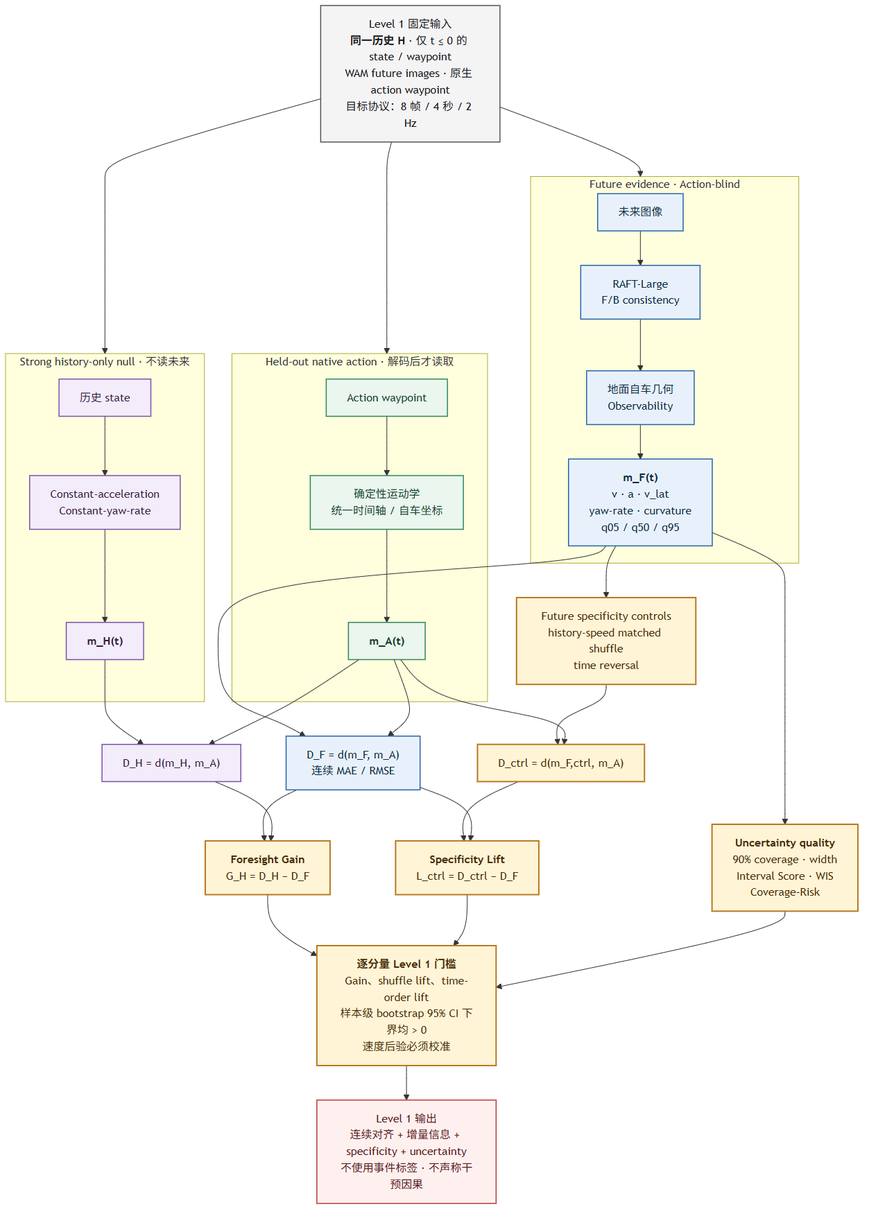
RiseBun/IAC-iclr keeps this Mermaid diagram as docs/figures/level1_continuous_alignment_v2.png. Above is the earlier version. Its source is kept beside it as docs/figures/level1_continuous_alignment_v2.mmd.
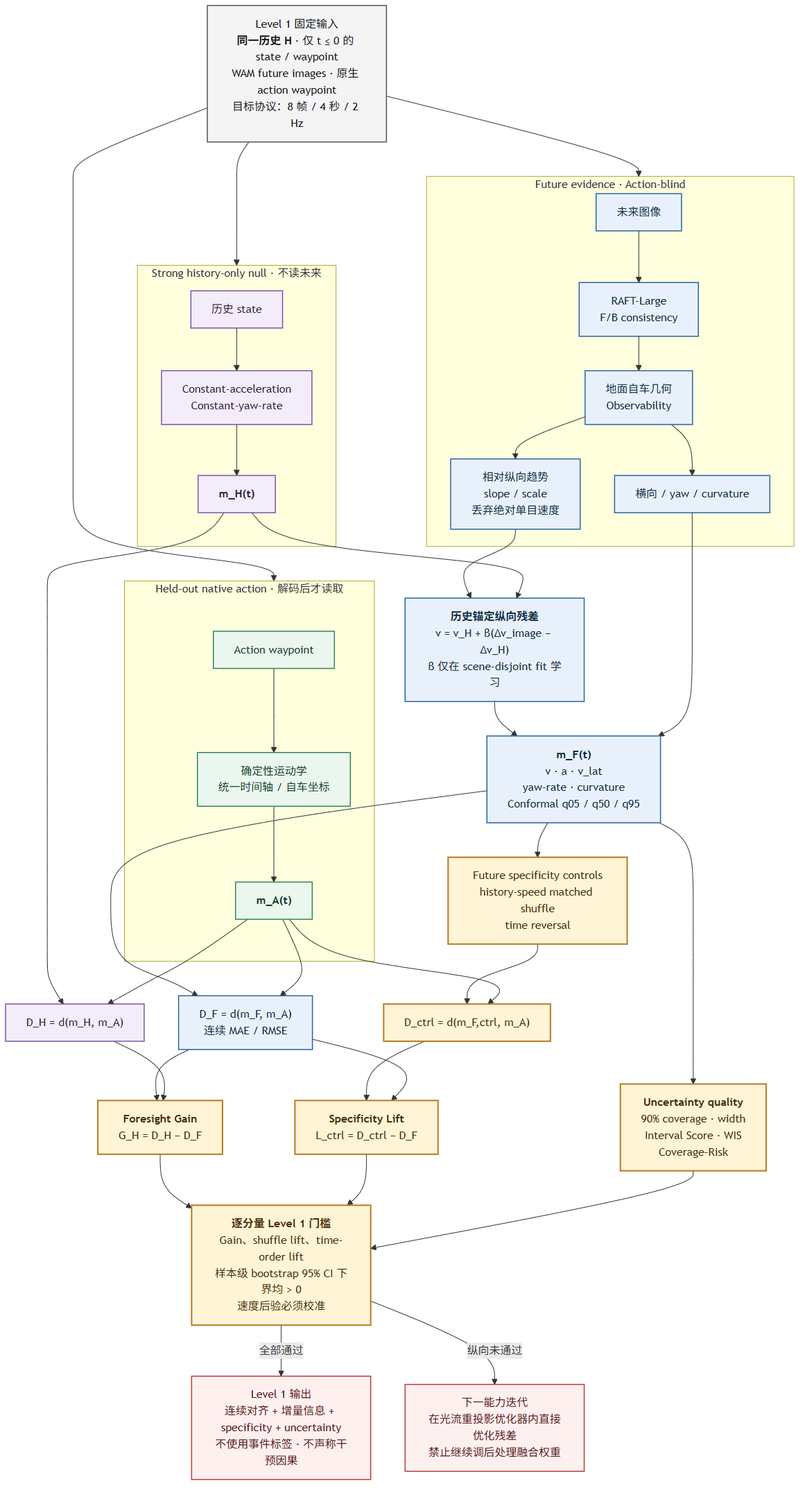
The same diagram one commit later.

Commit message:
add scene-isolated longitudinal residual baseline

What changed in the source:
```diff
@@ -9,7 +9,8 @@
         direction LR
         FI["未来图像"] --> RAFT["RAFT-Large<br/>F/B consistency"]
         RAFT --> GEO["地面自车几何<br/>Observability"]
-        GEO --> MF["<b>m_F(t)</b><br/>v · a · v_lat<br/>yaw-rate · curvature<br/>q05 / q50 / q95"]
+        GEO --> REL["相对纵向趋势<br/>slope / scale<br/>丢弃绝对单目速度"]
+        GEO --> LAT["横向 / yaw / curvature"]
     end
 
     subgraph HISTORY["Strong history-only null · 不读未来"]
@@ -17,6 +18,11 @@
         HS["历史 state"] --> CA["Constant-acceleration<br/>Constant-yaw-rate"]
         CA --> MH["<b>m_H(t)</b>"]
     end
+
+    REL --> RES["<b>历史锚定纵向残差</b><br/>v = v_H + β(Δv_image − Δv_H)<br/>β 仅在 scene-disjoint fit 学习"]
+    MH --> RES
+    RES --> MF["<b>m_F(t)</b><br/>v · a · v_lat<br/>yaw-rate · curvature<br/>Conformal q05 / q50 / q95"]
+    LAT --> MF
 
     subgraph ACTION["Held-out native action · 解码后才读取"]
         direction LR
@@ -44,7 +50,8 @@
     PROB --> GATE
     GATE["<b>逐分量 Level 1 门槛</b><br/>Gain、shuffle lift、time-order lift<br/>样本级 bootstrap 95% CI 下界均 > 0<br/>速度后验必须校准"]
 
-    GATE --> REPORT["Level 1 输出<br/>连续对齐 + 增量信息 + specificity + uncertainty<br/>不使用事件标签 · 不声称干预因果"]
+    GATE -->|"全部通过"| REPORT["Level 1 输出<br/>连续对齐 + 增量信息 + specificity + uncertainty<br/>不使用事件标签 · 不声称干预因果"]
+    GATE -->|"纵向未通过"| NEXT["下一能力迭代<br/>在光流重投影优化器内直接优化残差<br/>禁止继续调后处理融合权重"]
 
     classDef input fill:#f4f4f5,stroke:#52525b,color:#18181b,stroke-width:1.5px;
     classDef image fill:#e8f1fb,stroke:#2563a6,color:#102a43,stroke-width:1.5px;
@@ -54,8 +61,8 @@
     classDef output fill:#fff0f0,stroke:#b83a3a,color:#551919,stroke-width:1.5px;
 
     class INPUT input;
-    class FI,RAFT,GEO,MF,DF image;
+    class FI,RAFT,GEO,REL,LAT,RES,MF,DF image;
     class HS,CA,MH,DH history;
     class AW,KIN,MA action;
     class GAIN,CTRL,DC,LIFT,PROB,GATE primary;
-    class REPORT output;
+    class REPORT,NEXT output;
```
